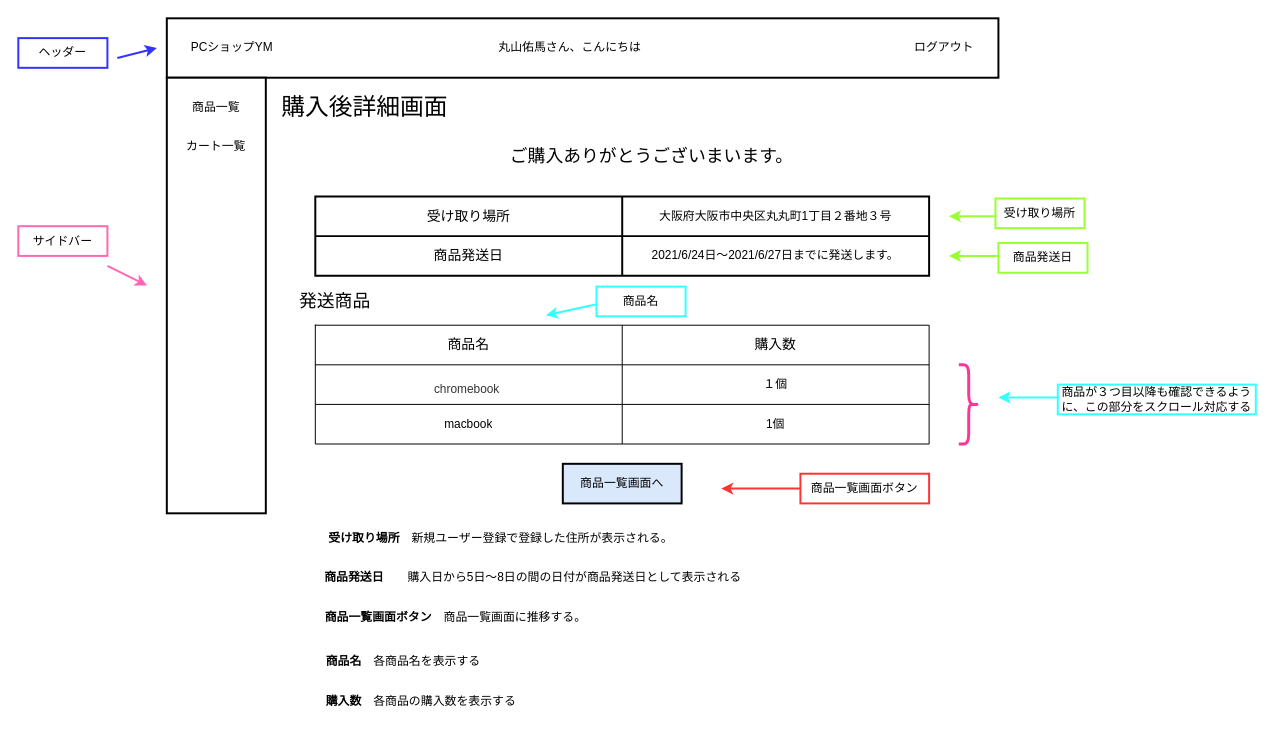
Earlier version of the draw.io diagram page "購入後詳細画面" (8 of 25) of src/main/resources/templates/shopping/Untitled Diagram.drawio (YumaMaruyama/ITworksTRYshopping). Source tidied: cells renumbered, new cells numbered last; positions are measured from the earlier drawing's top-left corner, leaving out a move shared by most shapes. Both pictures are drawn from the tidied source at 99%, with x=0, y=0 at pixel (18, 18).
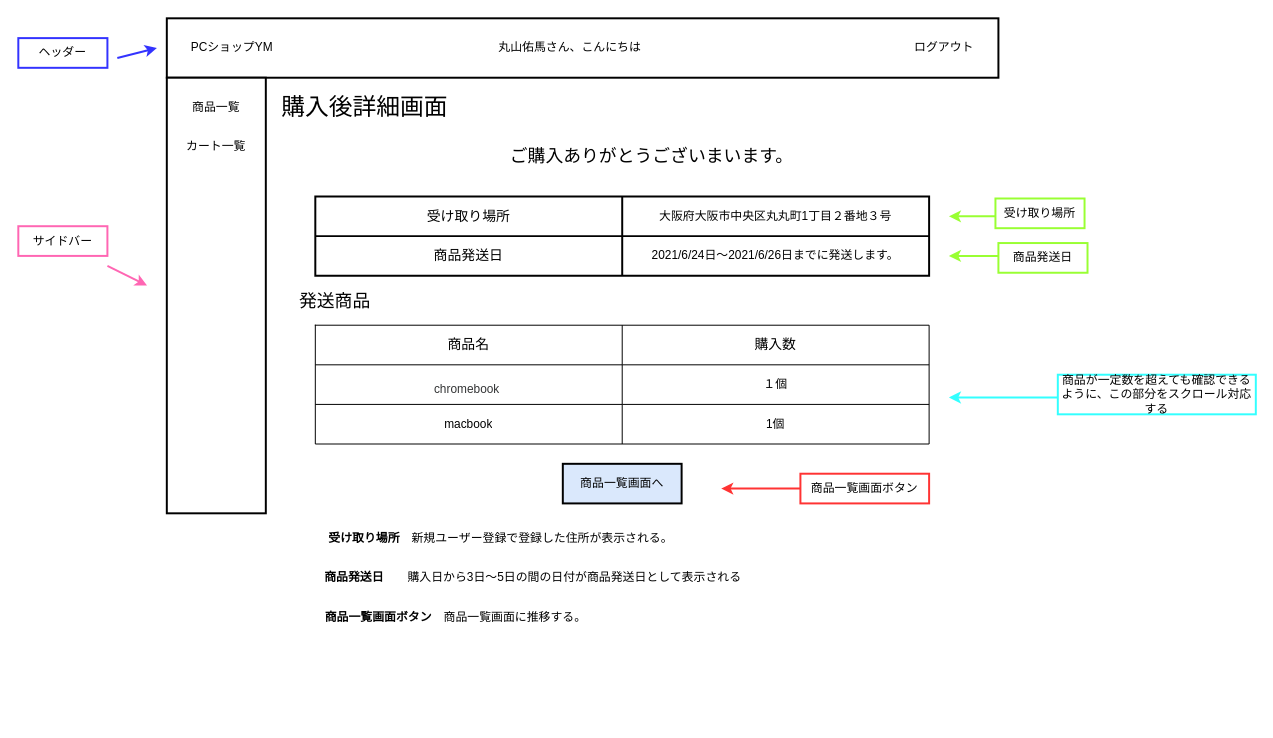
The same page after the edit.

Unchanged cells that the change refers to:
```xml
<mxCell id="8" style="shape=partialRectangle;fillColor=none;top=0;left=0;bottom=0;right=0;" parent="4" vertex="1">
  <mxGeometry y="40" width="620" height="40" as="geometry" />
</mxCell>
```

The edit, as a diff of the source:
```diff
@@
-    <mxCell id="10" value="2021/6/24日～2021/6/27日までに発送します。" style="shape=partialRectangle;html=1;whiteSpace=wrap;overflow=hidden;fillColor=none;top=0;left=0;bottom=0;right=0;" parent="8" vertex="1">
+    <mxCell id="10" value="2021/6/24日～2021/6/26日までに発送します。" style="shape=partialRectangle;html=1;whiteSpace=wrap;overflow=hidden;fillColor=none;top=0;left=0;bottom=0;right=0;" parent="8" vertex="1">
       <mxGeometry x="310" width="310" height="40" as="geometry" />
     </mxCell>
@@
-    <mxCell id="28" value="&lt;b&gt;商品発送日&lt;/b&gt;　　&lt;span&gt;&lt;/span&gt;購入日から5日～8日の間の日付が商品発送日として表示される" style="text;html=1;strokeColor=none;fillColor=none;align=center;verticalAlign=middle;whiteSpace=wrap;rounded=0;" parent="1" vertex="1">
+    <mxCell id="28" value="&lt;b&gt;商品発送日&lt;/b&gt;　　&lt;span&gt;&lt;/span&gt;購入日から3日～5日の間の日付が商品発送日として表示される" style="text;html=1;strokeColor=none;fillColor=none;align=center;verticalAlign=middle;whiteSpace=wrap;rounded=0;" parent="1" vertex="1">
       <mxGeometry x="235" y="545" width="570" height="40" as="geometry" />
     </mxCell>
@@
-    <mxCell id="40" value="商品名" style="rounded=0;whiteSpace=wrap;html=1;strokeWidth=2;strokeColor=#33FFFF;" parent="1" vertex="1">
-      <mxGeometry x="584" y="271" width="90" height="30" as="geometry" />
-    </mxCell>
-    <mxCell id="41" style="endArrow=classic;html=1;strokeWidth=2;strokeColor=#33FFFF;" parent="1" edge="1">
-      <mxGeometry relative="1" as="geometry">
-        <mxPoint x="583" y="289" as="sourcePoint" />
-        <mxPoint x="533" y="300" as="targetPoint" />
-      </mxGeometry>
-    </mxCell>
     <mxCell id="42" style="endArrow=classic;html=1;strokeWidth=2;strokeColor=#33FFFF;" parent="1" edge="1">
       <mxGeometry relative="1" as="geometry">
         <mxPoint x="1050" y="383" as="sourcePoint" />
-        <mxPoint x="990" y="383" as="targetPoint" />
+        <mxPoint x="940" y="383" as="targetPoint" />
       </mxGeometry>
     </mxCell>
-    <mxCell id="43" value="商品が３つ目以降も確認できるように、この部分をスクロール対応する" style="rounded=0;whiteSpace=wrap;html=1;strokeWidth=2;strokeColor=#33FFFF;" parent="1" vertex="1">
-      <mxGeometry x="1050" y="370" width="200" height="30" as="geometry" />
+    <mxCell id="43" value="商品が一定数を超えても確認できるように、この部分をスクロール対応する" style="rounded=0;whiteSpace=wrap;html=1;strokeWidth=2;strokeColor=#33FFFF;" parent="1" vertex="1">
+      <mxGeometry x="1050" y="360" width="200" height="40" as="geometry" />
     </mxCell>
-    <mxCell id="44" value="&lt;b&gt;商品名　&lt;/b&gt;各商品名を表示する" style="text;html=1;strokeColor=none;fillColor=none;align=center;verticalAlign=middle;whiteSpace=wrap;rounded=0;" parent="1" vertex="1">
-      <mxGeometry x="104" y="630" width="570" height="40" as="geometry" />
-    </mxCell>
-    <mxCell id="45" value="&lt;b&gt;購入数　&lt;/b&gt;各商品の購入数を表示する" style="text;html=1;strokeColor=none;fillColor=none;align=center;verticalAlign=middle;whiteSpace=wrap;rounded=0;" parent="1" vertex="1">
-      <mxGeometry x="122" y="670" width="570" height="40" as="geometry" />
-    </mxCell>
-    <mxCell id="46" style="shape=curlyBracket;whiteSpace=wrap;html=1;rounded=1;flipH=1;strokeWidth=3;strokeColor=#FF3399;" parent="1" vertex="1">
-      <mxGeometry x="950" y="350" width="20" height="80" as="geometry" />
-    </mxCell>
```
